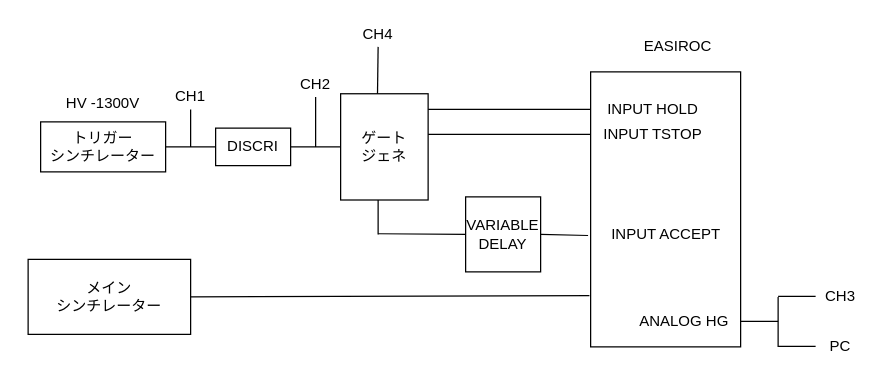
The draw.io diagram page "week2" (2 of 3) of Untitled Diagram.drawio in hmdyt/b4ex_plastic_scintillator, before the edit. Source tidied: cells renumbered, new cells numbered last; positions are measured from the earlier drawing's top-left corner, leaving out a move shared by most shapes. Both pictures are drawn from the tidied source at 125%, with x=0, y=0 at pixel (28, 21).
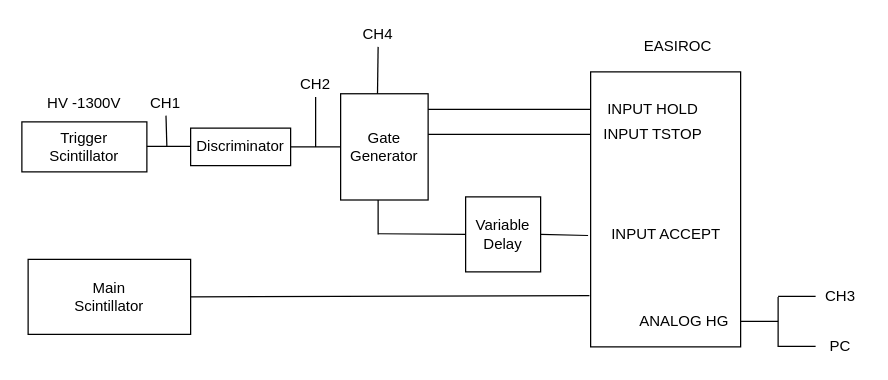
The same diagram, later.

What changed in the source:
```diff
@@
-    <mxCell id="14" value="トリガー&lt;br&gt;シンチレーター" style="rounded=0;whiteSpace=wrap;html=1;" parent="1" vertex="1">
-      <mxGeometry x="10" y="80" width="100" height="40" as="geometry" />
+    <mxCell id="14" value="Trigger&lt;br&gt;Scintillator" style="rounded=0;whiteSpace=wrap;html=1;" parent="1" vertex="1">
+      <mxGeometry x="-5" y="80" width="100" height="40" as="geometry" />
     </mxCell>
-    <mxCell id="15" value="メイン&lt;br&gt;シンチレーター" style="rounded=0;whiteSpace=wrap;html=1;" parent="1" vertex="1">
+    <mxCell id="15" value="Main&lt;br&gt;Scintillator" style="rounded=0;whiteSpace=wrap;html=1;" parent="1" vertex="1">
       <mxGeometry y="190" width="130" height="60" as="geometry" />
     </mxCell>
     <mxCell id="16" value="HV -1300V" style="text;html=1;strokeColor=none;fillColor=none;align=center;verticalAlign=middle;whiteSpace=wrap;rounded=0;" parent="1" vertex="1">
-      <mxGeometry x="25" y="40" width="70" height="50" as="geometry" />
+      <mxGeometry x="10" y="40" width="70" height="50" as="geometry" />
     </mxCell>
     <mxCell id="17" style="endArrow=none;html=1;" parent="1" edge="1">
       <mxGeometry relative="1" as="geometry">
-        <mxPoint x="110" y="100" as="sourcePoint" />
-        <mxPoint x="150" y="100" as="targetPoint" />
+        <mxPoint x="95" y="99.5" as="sourcePoint" />
+        <mxPoint x="135" y="99.5" as="targetPoint" />
       </mxGeometry>
     </mxCell>
-    <mxCell id="18" value="&lt;font style=&quot;font-size: 12px&quot;&gt;DISCRI&lt;/font&gt;" style="rounded=0;whiteSpace=wrap;html=1;" parent="1" vertex="1">
-      <mxGeometry x="150" y="85" width="60" height="30" as="geometry" />
+    <mxCell id="18" value="Discriminator" style="rounded=0;whiteSpace=wrap;html=1;" parent="1" vertex="1">
+      <mxGeometry x="130" y="85" width="80" height="30" as="geometry" />
     </mxCell>
-    <mxCell id="19" value="ゲート&lt;br&gt;ジェネ" style="rounded=0;whiteSpace=wrap;html=1;" parent="1" vertex="1">
+    <mxCell id="19" value="Gate&lt;br&gt;Generator" style="rounded=0;whiteSpace=wrap;html=1;" parent="1" vertex="1">
       <mxGeometry x="250" y="57.5" width="70" height="85" as="geometry" />
     </mxCell>
@@
     <mxCell id="21" style="endArrow=none;html=1;" parent="1" edge="1" target="22">
       <mxGeometry relative="1" as="geometry">
-        <mxPoint x="130" y="100" as="sourcePoint" />
+        <mxPoint x="111" y="100" as="sourcePoint" />
       </mxGeometry>
     </mxCell>
     <mxCell id="22" value="CH1" style="text;html=1;strokeColor=none;fillColor=none;align=center;verticalAlign=middle;whiteSpace=wrap;rounded=0;" parent="1" vertex="1">
-      <mxGeometry x="110" y="50" width="40" height="20" as="geometry" />
+      <mxGeometry x="90" y="55" width="40" height="20" as="geometry" />
     </mxCell>
@@
-    <mxCell id="28" value="VARIABLE&lt;br&gt;DELAY" style="rounded=0;whiteSpace=wrap;html=1;direction=south;" parent="1" vertex="1">
+    <mxCell id="28" value="Variable&lt;br&gt;Delay" style="rounded=0;whiteSpace=wrap;html=1;direction=south;" parent="1" vertex="1">
       <mxGeometry x="350" y="140" width="60" height="60" as="geometry" />
     </mxCell>
```
